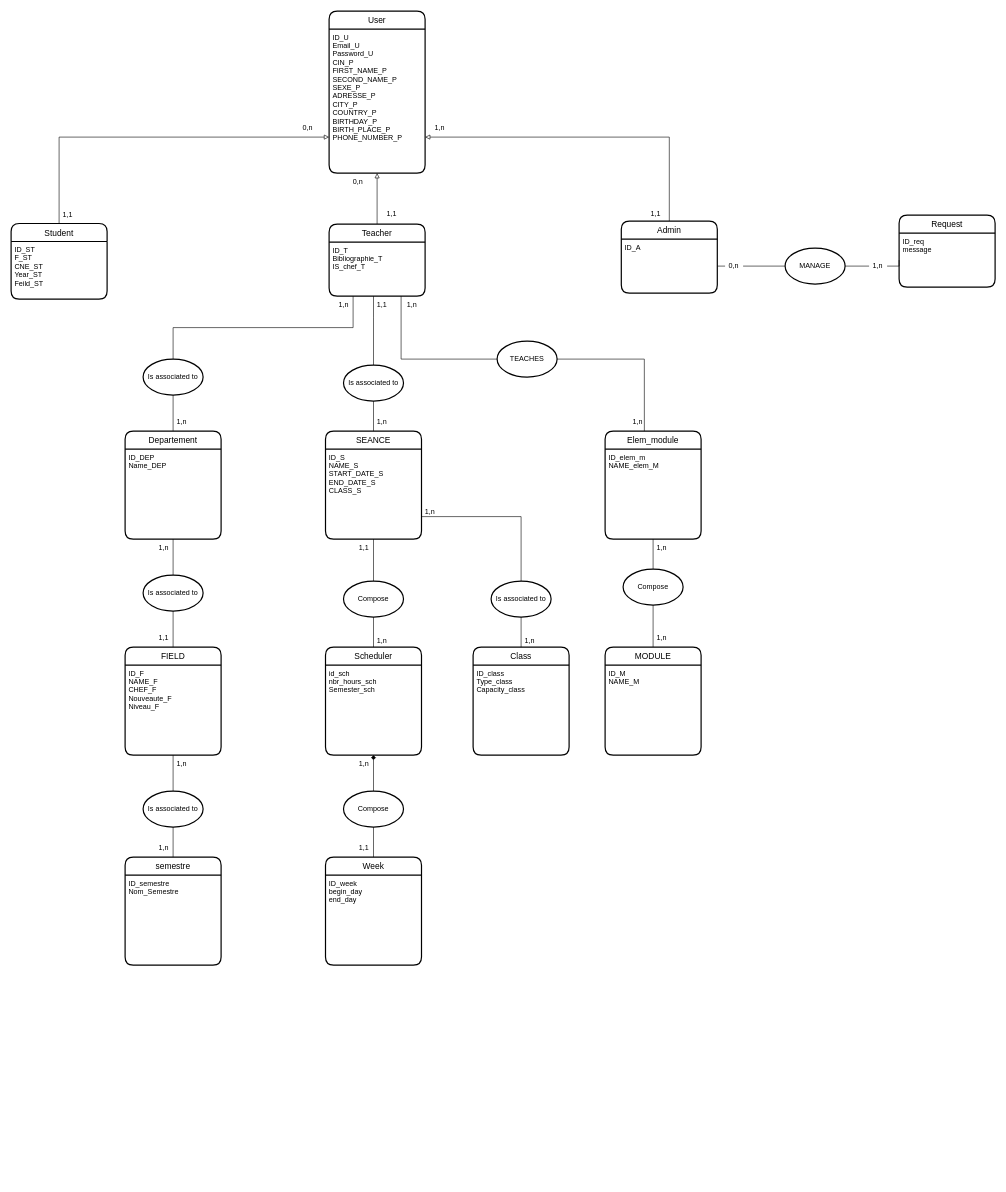
Before: Untitled Diagram.drawio in othy1010/TodoList-Project-GUI, a draw.io diagram. Source tidied: cells renumbered, new cells numbered last; positions are measured from the earlier drawing's top-left corner, leaving out a move shared by most shapes. Both pictures are drawn from the tidied source at 60%, with x=0, y=0 at pixel (11, 11).
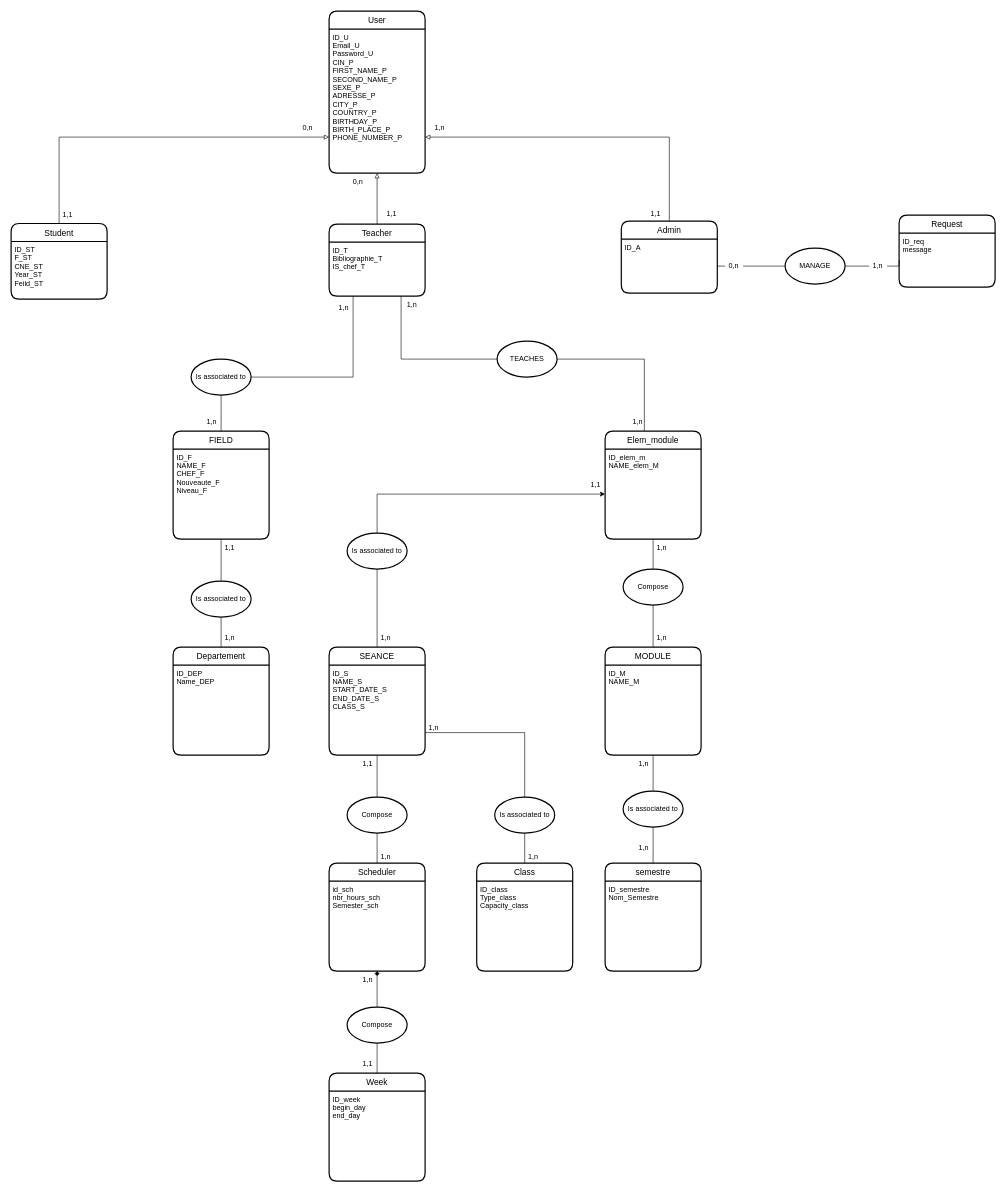
The same diagram, later.

The change refers to these unchanged cells:
```xml
<mxCell id="12" value="ID_T&#10;Bibliographie_T&#10;IS_chef_T" style="align=left;strokeColor=none;fillColor=none;spacingLeft=4;fontSize=12;verticalAlign=top;" parent="11" vertex="1">
  <mxGeometry y="30" width="160" height="90" as="geometry" />
</mxCell>
<mxCell id="14" value="ID_F&#10;NAME_F&#10;CHEF_F&#10;Nouveaute_F&#10;Niveau_F" style="align=left;strokeColor=none;fillColor=none;spacingLeft=4;fontSize=12;verticalAlign=top;" parent="13" vertex="1">
  <mxGeometry y="30" width="160" height="150" as="geometry" />
</mxCell>
<mxCell id="17" value="ID_M&#10;NAME_M&#10;&#10;" style="align=left;strokeColor=none;fillColor=none;spacingLeft=4;fontSize=12;verticalAlign=top;" parent="16" vertex="1">
  <mxGeometry y="30" width="160" height="150" as="geometry" />
</mxCell>
<mxCell id="32" value="ID_DEP&#10;Name_DEP&#10;" style="align=left;strokeColor=none;fillColor=none;spacingLeft=4;fontSize=12;verticalAlign=top;" parent="31" vertex="1">
  <mxGeometry y="30" width="160" height="150" as="geometry" />
</mxCell>
<mxCell id="34" value="ID_elem_m&#10;NAME_elem_M&#10;&#10;" style="align=left;strokeColor=none;fillColor=none;spacingLeft=4;fontSize=12;verticalAlign=top;" parent="33" vertex="1">
  <mxGeometry y="30" width="160" height="150" as="geometry" />
</mxCell>
```

What changed in the source:
```diff
@@
     <mxCell id="13" value="FIELD" style="swimlane;horizontal=1;startSize=30;rounded=1;fontSize=14;fontStyle=0;strokeWidth=2;shadow=0;dashed=0;align=center;" parent="1" vertex="1">
-      <mxGeometry x="190" y="1060" width="160" height="180" as="geometry" />
+      <mxGeometry x="270" y="700" width="160" height="180" as="geometry" />
     </mxCell>
@@
-    <mxCell id="18" style="edgeStyle=orthogonalEdgeStyle;rounded=0;jettySize=auto;html=1;exitX=0.5;exitY=0;exitDx=0;exitDy=0;startArrow=none;startFill=0;endArrow=none;endFill=0;" parent="1" edge="1" source="81" target="12">
-      <mxGeometry relative="1" as="geometry">
-        <Array as="points">
-          <mxPoint x="604" y="510" />
-          <mxPoint x="604" y="510" />
-        </Array>
-      </mxGeometry>
-    </mxCell>
     <mxCell id="19" value="SEANCE" style="swimlane;horizontal=1;startSize=30;rounded=1;fontSize=14;fontStyle=0;strokeWidth=2;shadow=0;dashed=0;align=center;" parent="1" vertex="1">
-      <mxGeometry x="524" y="700" width="160" height="180" as="geometry" />
+      <mxGeometry x="530" y="1060" width="160" height="180" as="geometry" />
     </mxCell>
@@
     <mxCell id="21" value="1,n" style="text;strokeColor=none;fillColor=none;spacingLeft=4;spacingRight=4;overflow=hidden;fontSize=12;" parent="1" vertex="1">
-      <mxGeometry x="270" y="1240" width="30" height="30" as="geometry" />
+      <mxGeometry x="1040" y="1240" width="30" height="30" as="geometry" />
     </mxCell>
     <mxCell id="22" value="1,1" style="text;strokeColor=none;fillColor=none;spacingLeft=4;spacingRight=4;overflow=hidden;fontSize=12;" parent="1" vertex="1">
-      <mxGeometry x="574" y="1380" width="40" height="30" as="geometry" />
+      <mxGeometry x="580" y="1740" width="40" height="30" as="geometry" />
     </mxCell>
-    <mxCell id="23" value="1,1" style="text;strokeColor=none;fillColor=none;spacingLeft=4;spacingRight=4;overflow=hidden;fontSize=12;" parent="1" vertex="1">
-      <mxGeometry x="240" y="1030" width="40" height="30" as="geometry" />
+    <mxCell id="23" value="1,n" style="text;strokeColor=none;fillColor=none;spacingLeft=4;spacingRight=4;overflow=hidden;fontSize=12;" parent="1" vertex="1">
+      <mxGeometry x="320" y="670" width="40" height="30" as="geometry" />
     </mxCell>
@@
     <mxCell id="28" value="1,n" style="text;strokeColor=none;fillColor=none;spacingLeft=4;spacingRight=4;overflow=hidden;fontSize=12;" parent="1" vertex="1">
-      <mxGeometry x="574" y="1240" width="30" height="30" as="geometry" />
+      <mxGeometry x="580" y="1600" width="30" height="30" as="geometry" />
     </mxCell>
-    <mxCell id="29" value="1,n" style="text;strokeColor=none;fillColor=none;spacingLeft=4;spacingRight=4;overflow=hidden;fontSize=12;" parent="1" vertex="1">
-      <mxGeometry x="540" y="475" width="30" height="30" as="geometry" />
-    </mxCell>
     <mxCell id="30" value="1,n" style="text;strokeColor=none;fillColor=none;spacingLeft=4;spacingRight=4;overflow=hidden;fontSize=12;" parent="1" vertex="1">
-      <mxGeometry x="604" y="1035" width="30" height="30" as="geometry" />
+      <mxGeometry x="610" y="1395" width="30" height="30" as="geometry" />
     </mxCell>
     <mxCell id="31" value="Departement" style="swimlane;horizontal=1;startSize=30;rounded=1;fontSize=14;fontStyle=0;strokeWidth=2;shadow=0;dashed=0;align=center;" parent="1" vertex="1">
-      <mxGeometry x="190" y="700" width="160" height="180" as="geometry" />
+      <mxGeometry x="270" y="1060" width="160" height="180" as="geometry" />
     </mxCell>
@@
     <mxCell id="36" value="Scheduler" style="swimlane;horizontal=1;startSize=30;rounded=1;fontSize=14;fontStyle=0;strokeWidth=2;shadow=0;dashed=0;align=center;" parent="1" vertex="1">
-      <mxGeometry x="524" y="1060" width="160" height="180" as="geometry" />
+      <mxGeometry x="530" y="1420" width="160" height="180" as="geometry" />
     </mxCell>
@@
     <mxCell id="39" value="Week" style="swimlane;horizontal=1;startSize=30;rounded=1;fontSize=14;fontStyle=0;strokeWidth=2;shadow=0;dashed=0;align=center;" parent="1" vertex="1">
-      <mxGeometry x="524" y="1410" width="160" height="180" as="geometry" />
+      <mxGeometry x="530" y="1770" width="160" height="180" as="geometry" />
     </mxCell>
@@
     <mxCell id="41" value="semestre" style="swimlane;horizontal=1;startSize=30;rounded=1;fontSize=14;fontStyle=0;strokeWidth=2;shadow=0;dashed=0;align=center;" parent="1" vertex="1">
-      <mxGeometry x="190" y="1410" width="160" height="180" as="geometry" />
+      <mxGeometry x="990" y="1420" width="160" height="180" as="geometry" />
     </mxCell>
@@
-    <mxCell id="45" style="edgeStyle=orthogonalEdgeStyle;rounded=0;jettySize=auto;html=1;exitX=0.5;exitY=1;exitDx=0;exitDy=0;entryX=0.5;entryY=0;entryDx=0;entryDy=0;endArrow=none;endFill=0;" parent="1" edge="1" source="32" target="13">
-      <mxGeometry relative="1" as="geometry" />
+    <mxCell id="45" style="edgeStyle=orthogonalEdgeStyle;rounded=0;jettySize=auto;html=1;exitX=0.25;exitY=1;exitDx=0;exitDy=0;entryX=0.5;entryY=0;entryDx=0;entryDy=0;endArrow=none;endFill=0;" parent="1" edge="1" source="12" target="13">
+      <mxGeometry relative="1" as="geometry">
+        <Array as="points">
+          <mxPoint x="570" y="610" />
+          <mxPoint x="350" y="610" />
+        </Array>
+      </mxGeometry>
     </mxCell>
-    <mxCell id="46" style="edgeStyle=orthogonalEdgeStyle;rounded=0;jettySize=auto;html=1;exitX=0.5;exitY=1;exitDx=0;exitDy=0;entryX=0.5;entryY=0;entryDx=0;entryDy=0;endArrow=none;endFill=0;" parent="1" edge="1" source="14" target="41">
+    <mxCell id="46" style="edgeStyle=orthogonalEdgeStyle;rounded=0;jettySize=auto;html=1;exitX=0.5;exitY=1;exitDx=0;exitDy=0;entryX=0.5;entryY=0;entryDx=0;entryDy=0;endArrow=none;endFill=0;startArrow=none;" parent="1" edge="1" source="65" target="41">
       <mxGeometry relative="1" as="geometry" />
     </mxCell>
@@
     <mxCell id="63" value="Compose" style="strokeWidth=2;html=1;shape=mxgraph.flowchart.start_1;whiteSpace=wrap;" parent="1" vertex="1">
-      <mxGeometry x="554" y="1300" width="100" height="60" as="geometry" />
+      <mxGeometry x="560" y="1660" width="100" height="60" as="geometry" />
     </mxCell>
@@
-    <mxCell id="65" value="Is associated to" style="strokeWidth=2;html=1;shape=mxgraph.flowchart.start_1;whiteSpace=wrap;" parent="1" vertex="1">
-      <mxGeometry x="220" y="1300" width="100" height="60" as="geometry" />
-    </mxCell>
     <mxCell id="66" value="Is associated to" style="strokeWidth=2;html=1;shape=mxgraph.flowchart.start_1;whiteSpace=wrap;" parent="1" vertex="1">
-      <mxGeometry x="220" y="940" width="100" height="60" as="geometry" />
+      <mxGeometry x="300" y="580" width="100" height="60" as="geometry" />
     </mxCell>
     <mxCell id="67" value="Is associated to" style="strokeWidth=2;html=1;shape=mxgraph.flowchart.start_1;whiteSpace=wrap;" parent="1" vertex="1">
-      <mxGeometry x="220" y="580" width="100" height="60" as="geometry" />
+      <mxGeometry x="300" y="950" width="100" height="60" as="geometry" />
     </mxCell>
-    <mxCell id="68" style="edgeStyle=orthogonalEdgeStyle;rounded=0;jettySize=auto;html=1;exitX=0.25;exitY=1;exitDx=0;exitDy=0;startArrow=none;startFill=0;endArrow=none;endFill=0;entryX=0.5;entryY=0;entryDx=0;entryDy=0;" parent="1" edge="1" source="12" target="67">
+    <mxCell id="68" style="edgeStyle=orthogonalEdgeStyle;rounded=0;jettySize=auto;html=1;exitX=0.5;exitY=1;exitDx=0;exitDy=0;startArrow=none;startFill=0;endArrow=none;endFill=0;entryX=0.5;entryY=0;entryDx=0;entryDy=0;" parent="1" edge="1" source="14" target="67">
       <mxGeometry relative="1" as="geometry" />
     </mxCell>
-    <mxCell id="69" value="1,n" style="text;strokeColor=none;fillColor=none;spacingLeft=4;spacingRight=4;overflow=hidden;fontSize=12;" parent="1" vertex="1">
-      <mxGeometry x="270" y="670" width="30" height="30" as="geometry" />
+    <mxCell id="69" value="1,1" style="text;strokeColor=none;fillColor=none;spacingLeft=4;spacingRight=4;overflow=hidden;fontSize=12;" parent="1" vertex="1">
+      <mxGeometry x="350" y="880" width="30" height="30" as="geometry" />
     </mxCell>
-    <mxCell id="70" value="1,n" style="text;strokeColor=none;fillColor=none;spacingLeft=4;spacingRight=4;overflow=hidden;fontSize=12;" parent="1" vertex="1">
-      <mxGeometry x="240" y="880" width="30" height="30" as="geometry" />
-    </mxCell>
     <mxCell id="71" value="1,n" style="text;strokeColor=none;fillColor=none;spacingLeft=4;spacingRight=4;overflow=hidden;fontSize=12;" parent="1" vertex="1">
-      <mxGeometry x="240" y="1380" width="30" height="30" as="geometry" />
+      <mxGeometry x="1040" y="1380" width="30" height="30" as="geometry" />
     </mxCell>
     <mxCell id="72" value="1,1" style="text;strokeColor=none;fillColor=none;spacingLeft=4;spacingRight=4;overflow=hidden;fontSize=12;" parent="1" vertex="1">
-      <mxGeometry x="604" y="475" width="40" height="30" as="geometry" />
+      <mxGeometry x="960" y="775" width="40" height="30" as="geometry" />
     </mxCell>
@@
     <mxCell id="75" value="1,n" style="text;strokeColor=none;fillColor=none;spacingLeft=4;spacingRight=4;overflow=hidden;fontSize=12;" parent="1" vertex="1">
-      <mxGeometry x="604" y="670" width="30" height="30" as="geometry" />
+      <mxGeometry x="610" y="1030" width="30" height="30" as="geometry" />
     </mxCell>
     <mxCell id="76" value="1,1" style="text;strokeColor=none;fillColor=none;spacingLeft=4;spacingRight=4;overflow=hidden;fontSize=12;" parent="1" vertex="1">
-      <mxGeometry x="574" y="880" width="30" height="30" as="geometry" />
+      <mxGeometry x="580" y="1240" width="30" height="30" as="geometry" />
     </mxCell>
     <mxCell id="77" value="Class" style="swimlane;horizontal=1;startSize=30;rounded=1;fontSize=14;fontStyle=0;strokeWidth=2;shadow=0;dashed=0;align=center;" parent="1" vertex="1">
-      <mxGeometry x="770" y="1060" width="160" height="180" as="geometry" />
+      <mxGeometry x="776" y="1420" width="160" height="180" as="geometry" />
     </mxCell>
@@
     <mxCell id="79" value="1,n" style="text;strokeColor=none;fillColor=none;spacingLeft=4;spacingRight=4;overflow=hidden;fontSize=12;" parent="1" vertex="1">
-      <mxGeometry x="684" y="820" width="30" height="30" as="geometry" />
+      <mxGeometry x="690" y="1180" width="30" height="30" as="geometry" />
     </mxCell>
     <mxCell id="80" value="1,n" style="text;strokeColor=none;fillColor=none;spacingLeft=4;spacingRight=4;overflow=hidden;fontSize=12;" parent="1" vertex="1">
-      <mxGeometry x="850" y="1035" width="30" height="30" as="geometry" />
+      <mxGeometry x="856" y="1395" width="30" height="30" as="geometry" />
     </mxCell>
+    <mxCell id="89" style="edgeStyle=orthogonalEdgeStyle;rounded=0;jettySize=auto;html=1;exitX=0.5;exitY=0;exitDx=0;exitDy=0;exitPerimeter=0;entryX=0;entryY=0.5;entryDx=0;entryDy=0;" parent="1" edge="1" source="81" target="34">
+      <mxGeometry relative="1" as="geometry" />
+    </mxCell>
     <mxCell id="81" value="Is associated to" style="strokeWidth=2;html=1;shape=mxgraph.flowchart.start_1;whiteSpace=wrap;" parent="1" vertex="1">
-      <mxGeometry x="554" y="590" width="100" height="60" as="geometry" />
+      <mxGeometry x="560" y="870" width="100" height="60" as="geometry" />
     </mxCell>
-    <mxCell id="82" style="edgeStyle=orthogonalEdgeStyle;rounded=0;jettySize=auto;html=1;exitX=0.5;exitY=0;exitDx=0;exitDy=0;startArrow=none;startFill=0;endArrow=none;endFill=0;" parent="1" edge="1" source="19" target="81">
+    <mxCell id="82" style="edgeStyle=orthogonalEdgeStyle;rounded=0;jettySize=auto;html=1;exitX=0.5;exitY=0;exitDx=0;exitDy=0;startArrow=none;startFill=0;endArrow=none;endFill=0;entryX=0.5;entryY=1;entryDx=0;entryDy=0;entryPerimeter=0;" parent="1" edge="1" source="19" target="81">
       <mxGeometry relative="1" as="geometry" />
     </mxCell>
     <mxCell id="83" value="Compose" style="strokeWidth=2;html=1;shape=mxgraph.flowchart.start_1;whiteSpace=wrap;" parent="1" vertex="1">
-      <mxGeometry x="554" y="950" width="100" height="60" as="geometry" />
+      <mxGeometry x="560" y="1310" width="100" height="60" as="geometry" />
     </mxCell>
@@
     <mxCell id="86" value="Is associated to" style="strokeWidth=2;html=1;shape=mxgraph.flowchart.start_1;whiteSpace=wrap;" parent="1" vertex="1">
-      <mxGeometry x="800" y="950" width="100" height="60" as="geometry" />
+      <mxGeometry x="806" y="1310" width="100" height="60" as="geometry" />
     </mxCell>
@@
+    <mxCell id="65" value="Is associated to" style="strokeWidth=2;html=1;shape=mxgraph.flowchart.start_1;whiteSpace=wrap;" parent="1" vertex="1">
+      <mxGeometry x="1020" y="1300" width="100" height="60" as="geometry" />
+    </mxCell>
+    <mxCell id="90" style="edgeStyle=orthogonalEdgeStyle;rounded=0;jettySize=auto;html=1;exitX=0.5;exitY=1;exitDx=0;exitDy=0;entryX=0.5;entryY=0;entryDx=0;entryDy=0;endArrow=none;endFill=0;" parent="1" edge="1" source="17" target="65">
+      <mxGeometry relative="1" as="geometry" />
+    </mxCell>
+    <mxCell id="91" value="1,n" style="text;strokeColor=none;fillColor=none;spacingLeft=4;spacingRight=4;overflow=hidden;fontSize=12;" parent="1" vertex="1">
+      <mxGeometry x="540" y="480" width="40" height="30" as="geometry" />
+    </mxCell>
+    <mxCell id="92" value="1,n" style="text;strokeColor=none;fillColor=none;spacingLeft=4;spacingRight=4;overflow=hidden;fontSize=12;" parent="1" vertex="1">
+      <mxGeometry x="350" y="1030" width="40" height="30" as="geometry" />
+    </mxCell>
```
